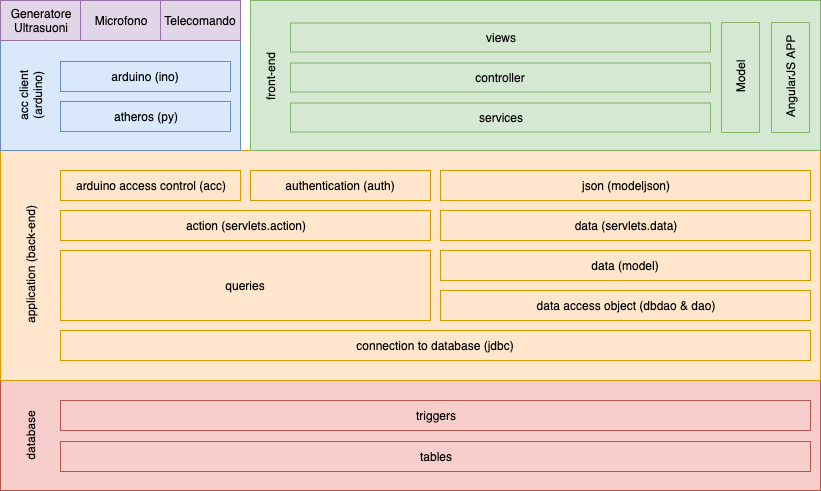
Above: design/app/app_full.png in giuliobosco/freqline (draw.io), before the change. Source tidied: cells renumbered, new cells last; positions are measured from the earlier drawing's top-left corner, leaving out a move shared by most shapes.
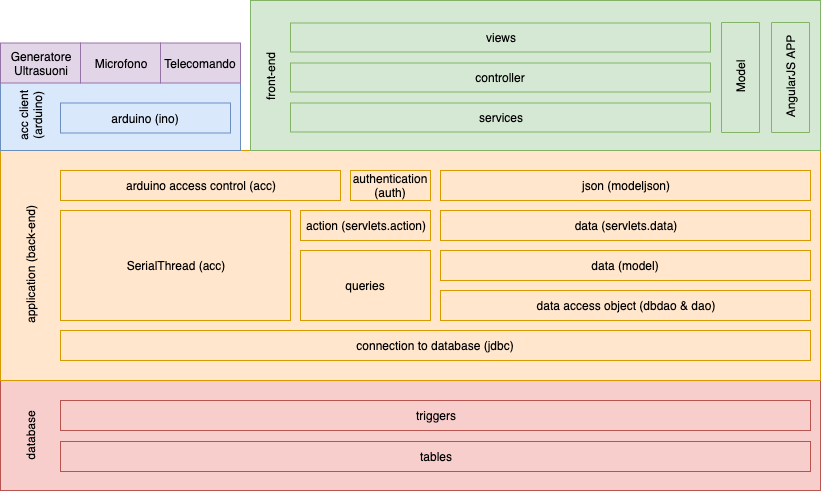
Later version of the same file.

The edit, as a diff of the source:
```diff
@@ -30,34 +30,34 @@
       <mxGeometry x="480" y="250" width="370" height="30" as="geometry" />
     </mxCell>
     <mxCell id="11" value="action (servlets.action)" style="rounded=0;whiteSpace=wrap;html=1;fillColor=#ffe6cc;strokeColor=#d79b00;" parent="1" vertex="1">
-      <mxGeometry x="100" y="210" width="370" height="30" as="geometry" />
+      <mxGeometry x="340" y="210" width="130" height="30" as="geometry" />
     </mxCell>
     <mxCell id="12" value="data (servlets.data)" style="rounded=0;whiteSpace=wrap;html=1;fillColor=#ffe6cc;strokeColor=#d79b00;" parent="1" vertex="1">
       <mxGeometry x="480" y="210" width="370" height="30" as="geometry" />
     </mxCell>
     <mxCell id="13" value="authentication (auth)" style="rounded=0;whiteSpace=wrap;html=1;fillColor=#ffe6cc;strokeColor=#d79b00;" parent="1" vertex="1">
-      <mxGeometry x="290" y="170" width="180" height="30" as="geometry" />
+      <mxGeometry x="390" y="170" width="80" height="30" as="geometry" />
     </mxCell>
     <mxCell id="14" value="json (modeljson)" style="rounded=0;whiteSpace=wrap;html=1;fillColor=#ffe6cc;strokeColor=#d79b00;" parent="1" vertex="1">
       <mxGeometry x="480" y="170" width="370" height="30" as="geometry" />
     </mxCell>
     <mxCell id="15" value="arduino access control (acc)" style="rounded=0;whiteSpace=wrap;html=1;fillColor=#ffe6cc;strokeColor=#d79b00;" parent="1" vertex="1">
-      <mxGeometry x="100" y="170" width="180" height="30" as="geometry" />
+      <mxGeometry x="100" y="170" width="280" height="30" as="geometry" />
     </mxCell>
     <mxCell id="16" style="rounded=0;whiteSpace=wrap;html=1;fillColor=#d5e8d4;strokeColor=#82b366;" parent="1" vertex="1">
       <mxGeometry x="290" width="570" height="150" as="geometry" />
     </mxCell>
     <mxCell id="17" style="rounded=0;whiteSpace=wrap;html=1;fillColor=#dae8fc;strokeColor=#6c8ebf;" parent="1" vertex="1">
-      <mxGeometry x="40" y="40" width="240" height="110" as="geometry" />
+      <mxGeometry x="40" y="80" width="240" height="70" as="geometry" />
     </mxCell>
     <mxCell id="18" value="Generatore&lt;br&gt;Ultrasuoni" style="rounded=0;whiteSpace=wrap;html=1;fillColor=#e1d5e7;strokeColor=#9673a6;" parent="1" vertex="1">
-      <mxGeometry x="40" width="80" height="40" as="geometry" />
+      <mxGeometry x="40" y="42.5" width="80" height="40" as="geometry" />
     </mxCell>
     <mxCell id="19" value="Microfono" style="rounded=0;whiteSpace=wrap;html=1;fillColor=#e1d5e7;strokeColor=#9673a6;" parent="1" vertex="1">
-      <mxGeometry x="120" width="80" height="40" as="geometry" />
+      <mxGeometry x="120" y="42.5" width="80" height="40" as="geometry" />
     </mxCell>
     <mxCell id="20" value="Telecomando" style="rounded=0;whiteSpace=wrap;html=1;fillColor=#e1d5e7;strokeColor=#9673a6;" parent="1" vertex="1">
-      <mxGeometry x="200" width="80" height="40" as="geometry" />
+      <mxGeometry x="200" y="42.5" width="80" height="40" as="geometry" />
     </mxCell>
     <mxCell id="21" value="services" style="rounded=0;whiteSpace=wrap;html=1;fillColor=#d5e8d4;strokeColor=#82b366;" parent="1" vertex="1">
       <mxGeometry x="330" y="102.5" width="420" height="29" as="geometry" />
@@ -78,16 +78,16 @@
       <mxGeometry x="280" y="67" width="60" height="20" as="geometry" />
     </mxCell>
     <mxCell id="27" value="acc client (arduino)" style="text;html=1;strokeColor=none;fillColor=none;align=center;verticalAlign=middle;whiteSpace=wrap;rounded=0;rotation=-90;" parent="1" vertex="1">
-      <mxGeometry x="20" y="85" width="100" height="20" as="geometry" />
+      <mxGeometry x="40" y="105" width="60" height="20" as="geometry" />
     </mxCell>
-    <mxCell id="28" value="atheros (py)" style="rounded=0;whiteSpace=wrap;html=1;fillColor=#dae8fc;strokeColor=#6c8ebf;" parent="1" vertex="1">
-      <mxGeometry x="100" y="101" width="170" height="30" as="geometry" />
-    </mxCell>
     <mxCell id="29" value="arduino (ino)" style="rounded=0;whiteSpace=wrap;html=1;fillColor=#dae8fc;strokeColor=#6c8ebf;" parent="1" vertex="1">
-      <mxGeometry x="100" y="61" width="170" height="30" as="geometry" />
+      <mxGeometry x="100" y="102.5" width="170" height="30" as="geometry" />
     </mxCell>
     <mxCell id="30" value="queries" style="rounded=0;whiteSpace=wrap;html=1;fillColor=#ffe6cc;strokeColor=#d79b00;" parent="1" vertex="1">
-      <mxGeometry x="100" y="250" width="370" height="70" as="geometry" />
+      <mxGeometry x="340" y="250" width="130" height="70" as="geometry" />
     </mxCell>
+    <mxCell id="31" value="SerialThread (acc)" style="rounded=0;whiteSpace=wrap;html=1;fillColor=#ffe6cc;strokeColor=#d79b00;" parent="1" vertex="1">
+      <mxGeometry x="100" y="210" width="230" height="110" as="geometry" />
+    </mxCell>
   </root>
 </mxGraphModel>
```
